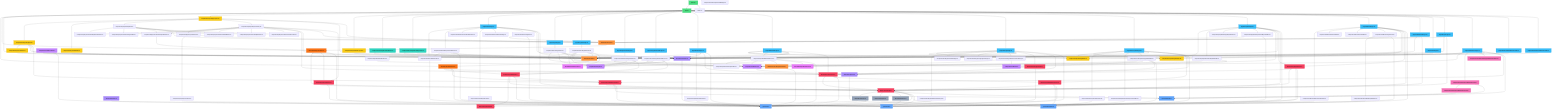
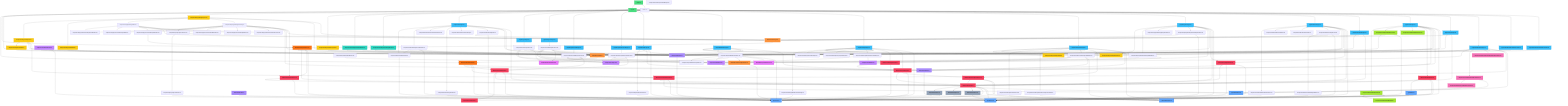
graph TD
    %% Entry Point
    main["main.tsx"]
    app["App.tsx"]

    %% Types
    user["types/user.ts"]
    music["types/music.ts"]
    sub["types/subscription.ts"]
    notifType["types/notification.ts"]
+     artistType["types/artist.ts"]

    %% Constants
    routes["lib/constants/routes.ts"]
    plans["lib/constants/plans.ts"]
    roles["lib/constants/roles.ts"]

    %% Context
    authCtx["lib/context/AuthContext.tsx"]
    playerCtx["lib/context/PlayerContext.tsx"]

    %% Hooks
    useAuth["lib/hooks/useAuth.ts"]
    usePlayer["lib/hooks/usePlayer.ts"]
    useSubLimits["lib/hooks/useSubscriptionLimits.ts"]

    %% Services
    storage["lib/services/storage.ts"]
    authSvc["lib/services/authService.ts"]
    userSvc["lib/services/userService.ts"]
    subSvc["lib/services/subscriptionService.ts"]
    streamSvc["lib/services/streamService.ts"]
    playlistSvc["lib/services/playlistService.ts"]
    settingsSvc["lib/services/settingsService.ts"]
    passwordSvc["lib/services/password.ts"]
    notifSvc["lib/services/notificationService.ts"]
+     artistSvc["lib/services/artistService.ts"]

    %% Mock Data
    mockUsers["lib/mockData/users.ts"]
    mockPlans["lib/mockData/plans.ts"]
    mockMusic["lib/mockData/music.ts"]

    %% Validation
    authSchema["lib/validation/authSchemas.ts"]
    profileSchema["lib/validation/profileSchemas.ts"]

    %% Layout Components
    appLayout["components/layout/AppLayout.tsx"]
    authLayout["components/layout/AuthLayout.tsx"]
    topNav["components/layout/TopNav.tsx"]
    sidebar["components/layout/Sidebar.tsx"]
    navItems["components/layout/navItems.ts"]
    pageHeader["components/layout/PageHeader.tsx"]
    pageShell["components/layout/PageShell.tsx"]

    %% Routing Components
    protectedRoute["components/routing/ProtectedRoute.tsx"]
    guestRoute["components/routing/GuestOnlyRoute.tsx"]

    %% UI Components
    button["components/ui/Button.tsx"]
    input["components/ui/Input.tsx"]
    modal["components/ui/Modal.tsx"]
    roleGuard["components/ui/RoleGuard.tsx"]

    %% Auth Components
    loginForm["components/auth/LoginForm.tsx"]
    registerForm["components/auth/RegisterForm.tsx"]
    artistRegForm["components/auth/ArtistRegisterForm.tsx"]
    forgotPwForm["components/auth/ForgotPasswordForm.tsx"]

    %% Home Components
    albumCard["components/home/AlbumCard.tsx"]
    playlistCard["components/home/PlaylistCard.tsx"]
    songRow["components/home/SongRow.tsx"]
    sectionHeading["components/home/SectionHeading.tsx"]
    hScroll["components/home/HorizontalCardScroller.tsx"]
    earlyBanner["components/home/EarlyAccessBanner.tsx"]

    %% Player Components
    playerBar["components/player/PlayerBar.tsx"]
    playerOverlay["components/player/PlayerOverlay.tsx"]
    queuePanel["components/player/QueuePanel.tsx"]
    queueItem["components/player/QueueItem.tsx"]
    playPause["components/player/controls/PlayPauseButton.tsx"]
    progressBar["components/player/controls/ProgressBar.tsx"]
    repeatBtn["components/player/controls/RepeatButton.tsx"]
    shuffleBtn["components/player/controls/ShuffleButton.tsx"]
    skipBtn["components/player/controls/SkipButton.tsx"]
    volCtrl["components/player/controls/VolumeControl.tsx"]

    %% Album Components
    albumCardArchive["components/albums/AlbumCardArchive.tsx"]
    singleCard["components/albums/SingleCard.tsx"]
    searchBar["components/albums/SearchBar.tsx"]
    filterSort["components/albums/FilterSortBar.tsx"]
    addToPlaylist["components/albums/AddToPlaylistMenu.tsx"]

    %% Playlist Components
    createPlaylistModal["components/playlists/CreatePlaylistModal.tsx"]
    emptyPlaylist["components/playlists/EmptyPlaylistState.tsx"]
    playlistExpandable["components/playlists/PlaylistCardExpandable.tsx"]

    %% Profile Components
    profileCard["components/profile/ProfileCard.tsx"]
    editProfileForm["components/profile/EditProfileForm.tsx"]
    avatarUploader["components/profile/AvatarUploader.tsx"]
    followBtn["components/profile/FollowButton.tsx"]

    %% Settings Components
    notifSettings["components/settings/NotificationSettings.tsx"]
    soundSettings["components/settings/SoundSettings.tsx"]
    langSettings["components/settings/LanguageSettings.tsx"]
    deleteDialog["components/settings/DeleteAccountDialog.tsx"]

    %% Subscription Components
    planCard["components/subscription/PlanCard.tsx"]
    planTable["components/subscription/PlanComparisonTable.tsx"]
    upgradeModal["components/subscription/UpgradeModal.tsx"]
    limitBadge["components/subscription/LimitBadge.tsx"]

    %% Notification Components
    notifCard["components/notifications/NotificationCard.tsx"]
    notifList["components/notifications/NotificationList.tsx"]
    notifEmpty["components/notifications/EmptyNotificationsState.tsx"]
+ 
+     %% Artist Components
+     artistHeader["components/artist/ArtistHeader.tsx"]
+     verifiedBadge["components/artist/VerifiedBadge.tsx"]
+     artistWorks["components/artist/ArtistWorksList.tsx"]
+     artistStats["components/artist/ArtistStatsPanel.tsx"]

    %% Pages
    homePage["pages/HomePage.tsx"]
    loginPage["pages/LoginPage.tsx"]
    registerPage["pages/RegisterPage.tsx"]
    artistRegPage["pages/RegisterArtistPage.tsx"]
    forgotPwPage["pages/ForgotPasswordPage.tsx"]
    profilePage["pages/ProfilePage.tsx"]
    editProfilePage["pages/EditProfilePage.tsx"]
    settingsPage["pages/SettingsPage.tsx"]
    subPage["pages/SubscriptionPage.tsx"]
    playlistsPage["pages/PlaylistsPage.tsx"]
    albumsPage["pages/AlbumsPage.tsx"]
    albumDetailPage["pages/AlbumDetailPage.tsx"]
    artistPage["pages/ArtistPage.tsx"]
    playerPage["pages/PlayerPage.tsx"]
    artistDash["pages/ArtistDashboardPlaceholder.tsx"]
    adminDash["pages/AdminDashboardPlaceholder.tsx"]
    notifPage["pages/NotificationsPage.tsx"]

    %% === ENTRY FLOW ===
    main --> app
    main --> indexCss["index.css"]
    app --> authCtx
    app --> playerCtx
    app --> routes
    app --> appLayout
    app --> authLayout
    app --> protectedRoute
    app --> guestRoute
    app --> homePage
    app --> loginPage
    app --> registerPage
    app --> artistRegPage
    app --> forgotPwPage
    app --> profilePage
    app --> editProfilePage
    app --> settingsPage
    app --> subPage
    app --> playlistsPage
    app --> albumsPage
    app --> albumDetailPage
    app --> artistPage
    app --> playerPage
    app --> notifPage
    app --> artistDash
    app --> adminDash

    %% === CONTEXT DEPENDENCIES ===
    authCtx --> authSvc
    authCtx --> userSvc
    authCtx --> notifSvc
    authCtx --> user
    playerCtx --> useAuth
    playerCtx --> storage
    playerCtx --> streamSvc
    playerCtx --> music

    %% === HOOKS ===
    useAuth --> authCtx
    usePlayer --> playerCtx
    useSubLimits --> plans
    useSubLimits --> user

    %% === SERVICE DEPENDENCIES ===
    authSvc --> passwordSvc
    authSvc --> storage
    authSvc --> notifSvc
    authSvc --> user
    userSvc --> storage
    userSvc --> subSvc
    userSvc --> user
    subSvc --> storage
    subSvc --> sub
    subSvc --> user
    streamSvc --> storage
    streamSvc --> user
    playlistSvc --> storage
    playlistSvc --> plans
    playlistSvc --> music
    playlistSvc --> user
    settingsSvc --> userSvc
    settingsSvc --> user
    notifSvc --> storage
    notifSvc --> notifType
    notifSvc --> user
    storage --> mockUsers
    storage --> mockPlans
    storage --> mockMusic
    storage --> user
    storage --> sub
    storage --> music
    storage --> notifType
    mockUsers --> passwordSvc
    mockUsers --> user
    mockPlans --> sub
    mockMusic --> music

    %% === CONSTANTS ===
    plans --> sub
    roles --> user
    routes --> user

    %% === LAYOUT COMPONENTS ===
    appLayout --> topNav
    appLayout --> sidebar
    appLayout --> playerBar
    appLayout --> playerOverlay
    appLayout --> useAuth
    appLayout --> usePlayer
    topNav --> navItems
    topNav --> routes
    topNav --> useAuth
    topNav --> notifSvc
    sidebar --> routes
    authLayout --> routes
    navItems --> routes

    %% === ROUTING ===
    protectedRoute --> routes
    protectedRoute --> useAuth
    guestRoute --> routes
    guestRoute --> useAuth

    %% === UI ===
    roleGuard --> useAuth
    roleGuard --> user

    %% === AUTH FORMS ===
    loginForm --> button
    loginForm --> input
    loginForm --> routes
    loginForm --> useAuth
    loginForm --> authSchema
    registerForm --> button
    registerForm --> input
    registerForm --> modal
    registerForm --> routes
    registerForm --> useAuth
    registerForm --> authSchema
    artistRegForm --> button
    artistRegForm --> input
    artistRegForm --> authSvc
    artistRegForm --> authSchema
    forgotPwForm --> button
    forgotPwForm --> input
    forgotPwForm --> authSvc
    forgotPwForm --> authSchema

    %% === PLAYER ===
    playerBar --> playPause
    playerBar --> progressBar
    playerBar --> repeatBtn
    playerBar --> shuffleBtn
    playerBar --> skipBtn
    playerBar --> volCtrl
    playerBar --> usePlayer
    playerOverlay --> queuePanel
    playerOverlay --> playPause
    playerOverlay --> progressBar
    playerOverlay --> repeatBtn
    playerOverlay --> shuffleBtn
    playerOverlay --> skipBtn
    playerOverlay --> volCtrl
    playerOverlay --> plans
    playerOverlay --> useAuth
    playerOverlay --> usePlayer
    playerOverlay --> streamSvc
    queuePanel --> queueItem
    queuePanel --> usePlayer
    queueItem --> music
    repeatBtn --> playerCtx
    songRow --> usePlayer
    songRow --> music

    %% === HOME ===
    earlyBanner --> albumCard
    earlyBanner --> routes
    earlyBanner --> useAuth
    earlyBanner --> music
    albumCard --> music
    playlistCard --> music

    %% === ALBUMS ===
    singleCard --> addToPlaylist
    singleCard --> usePlayer
    singleCard --> music
    addToPlaylist --> music
    albumCardArchive --> music

    %% === PLAYLISTS ===
    playlistExpandable --> usePlayer
    playlistExpandable --> music
    createPlaylistModal --> button
    createPlaylistModal --> modal

    %% === PROFILE ===
    editProfileForm --> avatarUploader
    editProfileForm --> button
    editProfileForm --> input
    editProfileForm --> useSubLimits
    editProfileForm --> profileSchema
    editProfileForm --> user
    profileCard --> user
    followBtn --> button

    %% === SETTINGS ===
    notifSettings --> user
    deleteDialog --> button
    deleteDialog --> modal

    %% === SUBSCRIPTION ===
    planCard --> sub
    planTable --> sub
    upgradeModal --> button
    upgradeModal --> modal
    upgradeModal --> plans
    upgradeModal --> sub

    %% === NOTIFICATIONS ===
    notifCard --> notifType
    notifList --> notifCard
    notifList --> notifType
    notifPage --> pageHeader
    notifPage --> pageShell
    notifPage --> button
    notifPage --> notifList
    notifPage --> notifEmpty
    notifPage --> useAuth
    notifPage --> notifSvc
    notifPage --> notifType
+ 
+     %% === ARTIST SYSTEM ===
+     artistSvc --> storage
+     artistSvc --> artistType
+     artistSvc --> user
+     artistSvc --> music
+     artistType --> user
+     artistType --> music
+     artistHeader --> verifiedBadge
+     artistHeader --> user
+     artistWorks --> routes
+     artistWorks --> usePlayer
+     artistWorks --> music
+     artistPage --> artistHeader
+     artistPage --> artistWorks
+     artistPage --> artistStats
+     artistPage --> artistSvc
+     artistPage --> plans
+     artistPage --> routes
+     artistPage --> useAuth
+     artistPage --> userSvc
+     artistPage --> user

    %% === PAGES ===
    homePage --> albumCard
    homePage --> earlyBanner
    homePage --> hScroll
    homePage --> playlistCard
    homePage --> sectionHeading
    homePage --> songRow
    homePage --> routes
    homePage --> useAuth
    homePage --> storage
    loginPage --> loginForm
    registerPage --> registerForm
    artistRegPage --> artistRegForm
    forgotPwPage --> forgotPwForm
    profilePage --> profileCard
    profilePage --> routes
    profilePage --> useAuth
    profilePage --> userSvc
    profilePage --> user
    editProfilePage --> pageHeader
    editProfilePage --> pageShell
    editProfilePage --> editProfileForm
    editProfilePage --> routes
    editProfilePage --> useAuth
    editProfilePage --> userSvc
    settingsPage --> pageHeader
    settingsPage --> pageShell
    settingsPage --> notifSettings
    settingsPage --> soundSettings
    settingsPage --> langSettings
    settingsPage --> deleteDialog
    settingsPage --> routes
    settingsPage --> useAuth
    settingsPage --> settingsSvc
    settingsPage --> userSvc
    settingsPage --> user
    subPage --> pageHeader
    subPage --> pageShell
    subPage --> planCard
    subPage --> planTable
    subPage --> upgradeModal
    subPage --> useAuth
    subPage --> subSvc
    subPage --> userSvc
    subPage --> sub
    playlistsPage --> pageHeader
    playlistsPage --> createPlaylistModal
    playlistsPage --> emptyPlaylist
    playlistsPage --> playlistExpandable
    playlistsPage --> button
    playlistsPage --> useAuth
    playlistsPage --> playlistSvc
    playlistsPage --> storage
    playlistsPage --> music
    albumsPage --> albumCardArchive
    albumsPage --> filterSort
    albumsPage --> searchBar
    albumsPage --> singleCard
    albumsPage --> pageHeader
    albumsPage --> useAuth
    albumsPage --> playlistSvc
    albumsPage --> storage
    albumsPage --> music
    albumDetailPage --> routes
    albumDetailPage --> usePlayer
    albumDetailPage --> storage
    artistPage --> routes
    playerPage --> routes
    playerPage --> usePlayer
    playerPage --> storage
    artistDash --> routes
    adminDash --> routes

    %% === STYLING ===
    classDef entry fill:#4ade80,stroke:#16a34a,color:#000
    classDef type fill:#60a5fa,stroke:#2563eb,color:#000
    classDef constant fill:#a78bfa,stroke:#7c3aed,color:#000
    classDef context fill:#f97316,stroke:#ea580c,color:#000
    classDef hook fill:#fb923c,stroke:#f97316,color:#000
    classDef service fill:#f43f5e,stroke:#e11d48,color:#000
    classDef mock fill:#94a3b8,stroke:#64748b,color:#000
    classDef validation fill:#e879f9,stroke:#c026d3,color:#000
    classDef layout fill:#facc15,stroke:#ca8a04,color:#000
    classDef routing fill:#2dd4bf,stroke:#0d9488,color:#000
    classDef ui fill:#c084fc,stroke:#9333ea,color:#000
    classDef notifComp fill:#f472b6,stroke:#ec4899,color:#000
+     classDef artistComp fill:#a3e635,stroke:#65a30d,color:#000
    classDef page fill:#38bdf8,stroke:#0284c7,color:#000

    class main,app entry
-     class user,music,sub,notifType type
+     class user,music,sub,notifType,artistType type
    class routes,plans,roles constant
    class authCtx,playerCtx context
    class useAuth,usePlayer,useSubLimits hook
-     class storage,authSvc,userSvc,subSvc,streamSvc,playlistSvc,settingsSvc,passwordSvc,notifSvc service
+     class storage,authSvc,userSvc,subSvc,streamSvc,playlistSvc,settingsSvc,passwordSvc,notifSvc,artistSvc service
    class mockUsers,mockPlans,mockMusic mock
    class authSchema,profileSchema validation
    class appLayout,authLayout,topNav,sidebar,navItems,pageHeader,pageShell layout
    class protectedRoute,guestRoute routing
    class button,input,modal,roleGuard ui
    class notifCard,notifList,notifEmpty notifComp
+     class artistHeader,verifiedBadge,artistWorks,artistStats artistComp
    class homePage,loginPage,registerPage,artistRegPage,forgotPwPage,profilePage,editProfilePage,settingsPage,subPage,playlistsPage,albumsPage,albumDetailPage,artistPage,playerPage,artistDash,adminDash,notifPage page
